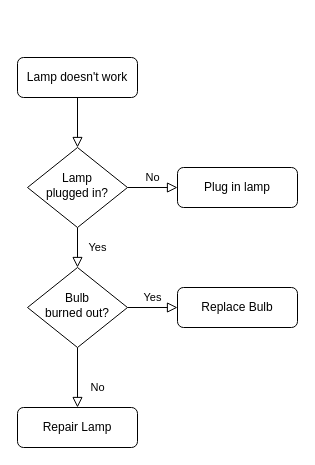
Before: Untitled Diagram.drawio in Derrida1979/My-First-Portfolio, a draw.io diagram. Source tidied: cells renumbered, new cells numbered last; positions are measured from the earlier drawing's top-left corner, leaving out a move shared by most shapes. Both pictures are drawn from the tidied source at 100%, with x=0, y=0 at pixel (17, 57).
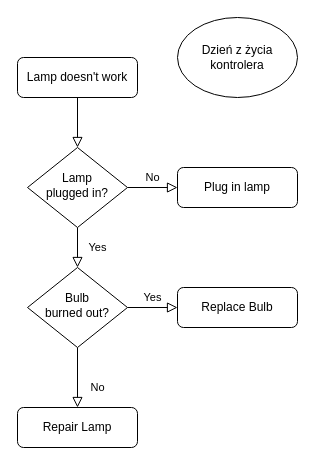
After the change.

Diff of the diagram source:
```diff
@@
 <mxGraphModel>
   <root>
     <mxCell id="0" />
     <mxCell id="1" parent="0" />
     <mxCell id="2" style="rounded=0;html=1;jettySize=auto;fontSize=11;endArrow=block;endFill=0;endSize=8;strokeWidth=1;shadow=0;labelBackgroundColor=none;edgeStyle=orthogonalEdgeStyle;" parent="1" edge="1" source="3" target="6">
       <mxGeometry relative="1" as="geometry" />
     </mxCell>
     <mxCell id="3" value="Lamp doesn't work" style="rounded=1;whiteSpace=wrap;html=1;fontSize=12;glass=0;strokeWidth=1;shadow=0;" parent="1" vertex="1">
       <mxGeometry width="120" height="40" as="geometry" />
     </mxCell>
     <mxCell id="4" value="Yes" style="rounded=0;html=1;jettySize=auto;fontSize=11;endArrow=block;endFill=0;endSize=8;strokeWidth=1;shadow=0;labelBackgroundColor=none;edgeStyle=orthogonalEdgeStyle;" parent="1" edge="1" source="6" target="10">
       <mxGeometry y="20" relative="1" as="geometry" />
     </mxCell>
     <mxCell id="5" value="No" style="edgeStyle=orthogonalEdgeStyle;rounded=0;html=1;jettySize=auto;fontSize=11;endArrow=block;endFill=0;endSize=8;strokeWidth=1;shadow=0;labelBackgroundColor=none;" parent="1" edge="1" source="6" target="7">
       <mxGeometry y="10" relative="1" as="geometry" />
     </mxCell>
     <mxCell id="6" value="Lamp&lt;br&gt;plugged in?" style="rhombus;whiteSpace=wrap;html=1;shadow=0;fontFamily=Helvetica;fontSize=12;align=center;strokeWidth=1;spacing=6;spacingTop=-4;" parent="1" vertex="1">
       <mxGeometry x="10" y="90" width="100" height="80" as="geometry" />
     </mxCell>
     <mxCell id="7" value="Plug in lamp" style="rounded=1;whiteSpace=wrap;html=1;fontSize=12;glass=0;strokeWidth=1;shadow=0;" parent="1" vertex="1">
       <mxGeometry x="160" y="110" width="120" height="40" as="geometry" />
     </mxCell>
     <mxCell id="8" value="No" style="rounded=0;html=1;jettySize=auto;fontSize=11;endArrow=block;endFill=0;endSize=8;strokeWidth=1;shadow=0;labelBackgroundColor=none;edgeStyle=orthogonalEdgeStyle;" parent="1" edge="1" source="10" target="11">
       <mxGeometry x="0.33" y="20" relative="1" as="geometry" />
     </mxCell>
     <mxCell id="9" value="Yes" style="edgeStyle=orthogonalEdgeStyle;rounded=0;html=1;jettySize=auto;fontSize=11;endArrow=block;endFill=0;endSize=8;strokeWidth=1;shadow=0;labelBackgroundColor=none;" parent="1" edge="1" source="10" target="12">
       <mxGeometry y="10" relative="1" as="geometry" />
     </mxCell>
     <mxCell id="10" value="Bulb&lt;br&gt;burned out?" style="rhombus;whiteSpace=wrap;html=1;shadow=0;fontFamily=Helvetica;fontSize=12;align=center;strokeWidth=1;spacing=6;spacingTop=-4;" parent="1" vertex="1">
       <mxGeometry x="10" y="210" width="100" height="80" as="geometry" />
     </mxCell>
     <mxCell id="11" value="Repair Lamp" style="rounded=1;whiteSpace=wrap;html=1;fontSize=12;glass=0;strokeWidth=1;shadow=0;" parent="1" vertex="1">
       <mxGeometry y="350" width="120" height="40" as="geometry" />
     </mxCell>
     <mxCell id="12" value="Replace Bulb" style="rounded=1;whiteSpace=wrap;html=1;fontSize=12;glass=0;strokeWidth=1;shadow=0;" parent="1" vertex="1">
       <mxGeometry x="160" y="230" width="120" height="40" as="geometry" />
     </mxCell>
+    <mxCell id="13" value="Dzień z życia kontrolera" style="ellipse;whiteSpace=wrap;html=1;" parent="1" vertex="1">
+      <mxGeometry x="160" y="-40" width="120" height="80" as="geometry" />
+    </mxCell>
   </root>
 </mxGraphModel>
```
